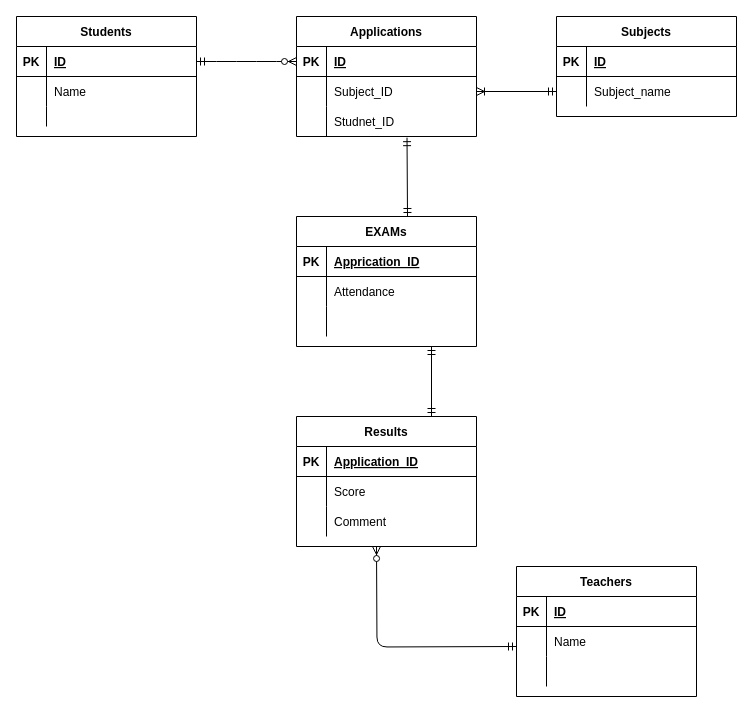
Before: test.drawio in UTAGE12/2021ER, a draw.io diagram. Source tidied: cells renumbered, new cells numbered last; positions are measured from the earlier drawing's top-left corner, leaving out a move shared by most shapes. Both pictures are drawn from the tidied source at 100%, with x=0, y=0 at pixel (16, 16).
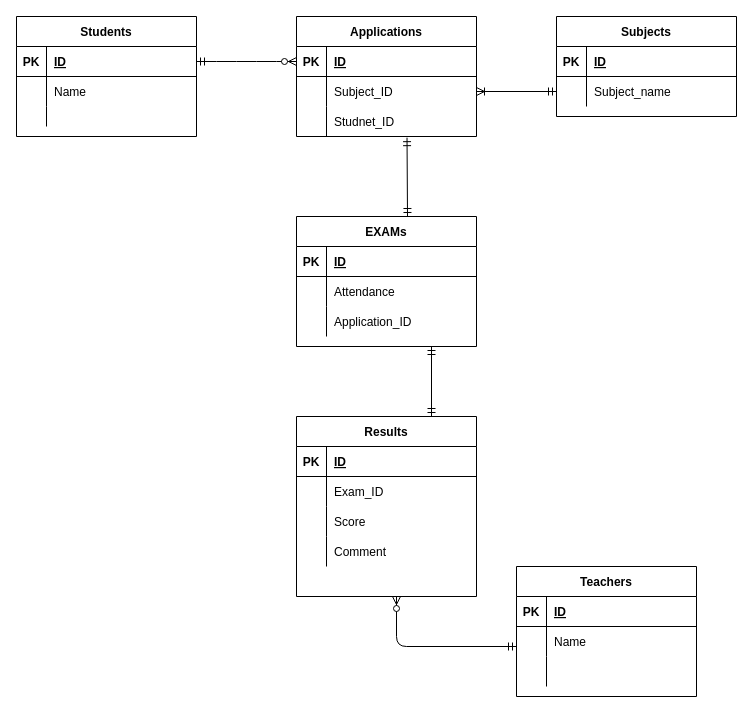
The same diagram, later.

Unchanged cells that the change refers to:
```xml
<mxCell id="33" style="shape=partialRectangle;fillColor=none;top=0;left=0;bottom=1;right=0;" parent="32" vertex="1">
  <mxGeometry y="30" width="180" height="30" as="geometry" />
</mxCell>
<mxCell id="36" style="shape=partialRectangle;fillColor=none;top=0;left=0;bottom=0;right=0;" parent="32" vertex="1">
  <mxGeometry y="60" width="180" height="30" as="geometry" />
</mxCell>
<mxCell id="39" style="shape=partialRectangle;fillColor=none;top=0;left=0;bottom=0;right=0;" parent="32" vertex="1">
  <mxGeometry y="90" width="180" height="30" as="geometry" />
</mxCell>
<mxCell id="43" style="shape=partialRectangle;fillColor=none;top=0;left=0;bottom=1;right=0;" parent="42" vertex="1">
  <mxGeometry y="30" width="180" height="30" as="geometry" />
</mxCell>
<mxCell id="49" style="shape=partialRectangle;fillColor=none;top=0;left=0;bottom=0;right=0;" parent="42" vertex="1">
  <mxGeometry y="90" width="180" height="30" as="geometry" />
</mxCell>
```

The edit, as a diff of the source:
```diff
@@
     <mxCell id="32" value="Results" style="shape=table;startSize=30;childLayout=tableLayout;rowLines=0;fontStyle=1;align=center;" parent="1" vertex="1">
-      <mxGeometry x="280" y="400" width="180" height="130" as="geometry" />
+      <mxGeometry x="280" y="400" width="180" height="180" as="geometry" />
     </mxCell>
@@
-    <mxCell id="35" value="Application_ID" style="shape=partialRectangle;fillColor=none;top=0;left=0;bottom=0;right=0;align=left;spacingLeft=6;fontStyle=5;overflow=hidden;" parent="33" vertex="1">
+    <mxCell id="35" value="ID" style="shape=partialRectangle;fillColor=none;top=0;left=0;bottom=0;right=0;align=left;spacingLeft=6;fontStyle=5;overflow=hidden;" parent="33" vertex="1">
       <mxGeometry x="30" width="150" height="30" as="geometry" />
     </mxCell>
@@
-    <mxCell id="38" value="Score" style="shape=partialRectangle;fillColor=none;top=0;left=0;bottom=0;right=0;align=left;spacingLeft=6;overflow=hidden;" parent="36" vertex="1">
+    <mxCell id="38" value="Exam_ID" style="shape=partialRectangle;fillColor=none;top=0;left=0;bottom=0;right=0;align=left;spacingLeft=6;overflow=hidden;" parent="36" vertex="1">
       <mxGeometry x="30" width="150" height="30" as="geometry" />
     </mxCell>
@@
-    <mxCell id="41" value="Comment" style="shape=partialRectangle;fillColor=none;top=0;left=0;bottom=0;right=0;align=left;spacingLeft=6;overflow=hidden;" parent="39" vertex="1">
+    <mxCell id="41" value="Score" style="shape=partialRectangle;fillColor=none;top=0;left=0;bottom=0;right=0;align=left;spacingLeft=6;overflow=hidden;" parent="39" vertex="1">
       <mxGeometry x="30" width="150" height="30" as="geometry" />
     </mxCell>
+    <mxCell id="64" style="shape=partialRectangle;fillColor=none;top=0;left=0;bottom=0;right=0;" parent="32" vertex="1">
+      <mxGeometry y="120" width="180" height="30" as="geometry" />
+    </mxCell>
+    <mxCell id="65" style="shape=partialRectangle;fillColor=none;top=0;left=0;bottom=0;right=0;overflow=hidden;" parent="64" vertex="1">
+      <mxGeometry width="30" height="30" as="geometry" />
+    </mxCell>
+    <mxCell id="66" value="Comment" style="shape=partialRectangle;fillColor=none;top=0;left=0;bottom=0;right=0;align=left;spacingLeft=6;overflow=hidden;" parent="64" vertex="1">
+      <mxGeometry x="30" width="150" height="30" as="geometry" />
+    </mxCell>
@@
-    <mxCell id="45" value="Apprication_ID" style="shape=partialRectangle;fillColor=none;top=0;left=0;bottom=0;right=0;align=left;spacingLeft=6;fontStyle=5;overflow=hidden;" parent="43" vertex="1">
+    <mxCell id="45" value="ID" style="shape=partialRectangle;fillColor=none;top=0;left=0;bottom=0;right=0;align=left;spacingLeft=6;fontStyle=5;overflow=hidden;" parent="43" vertex="1">
       <mxGeometry x="30" width="150" height="30" as="geometry" />
     </mxCell>
@@
-    <mxCell id="51" style="shape=partialRectangle;fillColor=none;top=0;left=0;bottom=0;right=0;align=left;spacingLeft=6;overflow=hidden;" parent="49" vertex="1">
+    <mxCell id="51" value="Application_ID" style="shape=partialRectangle;fillColor=none;top=0;left=0;bottom=0;right=0;align=left;spacingLeft=6;overflow=hidden;" parent="49" vertex="1">
       <mxGeometry x="30" width="150" height="30" as="geometry" />
     </mxCell>
@@
     <mxCell id="62" style="edgeStyle=orthogonalEdgeStyle;fontSize=12;html=1;endArrow=ERzeroToMany;startArrow=ERmandOne;" parent="1" edge="1">
       <mxGeometry relative="1" as="geometry">
         <mxPoint x="500" y="630" as="sourcePoint" />
-        <mxPoint x="360" y="530" as="targetPoint" />
+        <mxPoint x="380" y="580" as="targetPoint" />
+        <Array as="points">
+          <mxPoint x="380" y="630" />
+        </Array>
       </mxGeometry>
     </mxCell>
```
